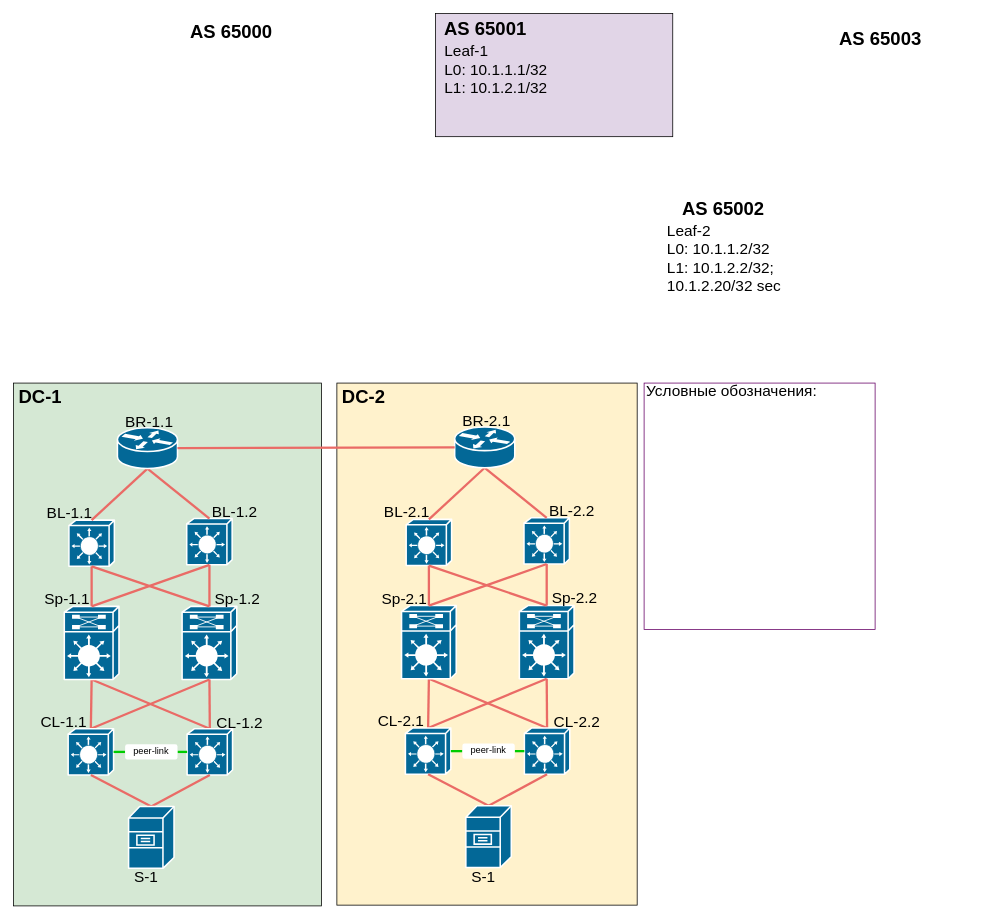
Tema-sudo/OTUS_DC_network_design keeps this draw.io diagram as Graduate_project/GP_common_topo.drawio. Above is the earlier version. Source tidied: cells renumbered, new cells numbered last; positions are measured from the earlier drawing's top-left corner, leaving out a move shared by most shapes. Both pictures are drawn from the tidied source at 77%, with x=0, y=0 at pixel (13, 13).
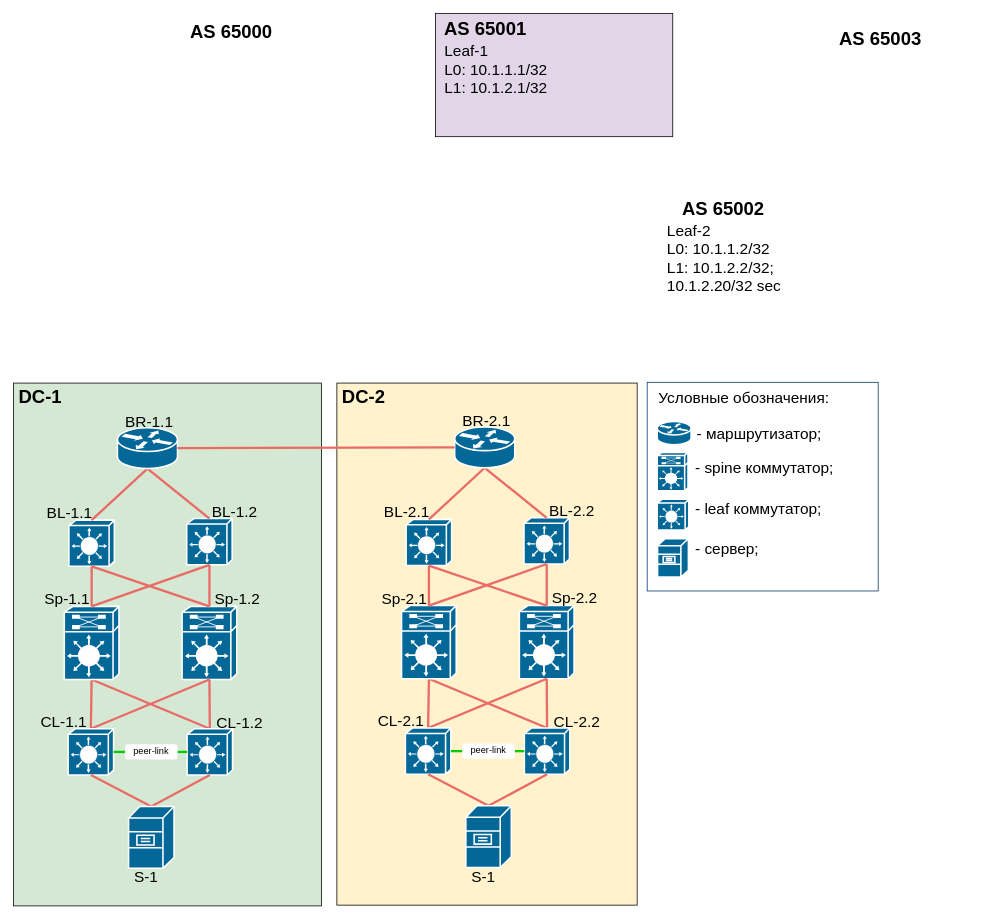
The same diagram, later.

Change to the diagram source:
```diff
@@
-    <mxCell id="22" style="rounded=0;whiteSpace=wrap;html=1;strokeColor=#660066;strokeWidth=1;" parent="1" vertex="1">
-      <mxGeometry x="819" y="480" width="300" height="320" as="geometry" />
+    <mxCell id="22" style="rounded=0;whiteSpace=wrap;html=1;strokeColor=#003366;strokeWidth=1;" parent="1" vertex="1">
+      <mxGeometry x="823" y="479" width="300" height="271" as="geometry" />
     </mxCell>
@@
     <mxCell id="77" value="Условные обозначения:&amp;nbsp;&lt;br&gt;&amp;nbsp; &amp;nbsp; &amp;nbsp; &amp;nbsp;&amp;nbsp;" style="text;html=1;strokeColor=none;fillColor=none;align=left;verticalAlign=middle;whiteSpace=wrap;rounded=0;fontSize=20;fontFamily=Helvetica;horizontal=1;" parent="1" vertex="1">
-      <mxGeometry x="820" y="409" width="290" height="184" as="geometry" />
+      <mxGeometry x="836" y="480" width="250" height="60" as="geometry" />
     </mxCell>
+    <mxCell id="78" style="shape=mxgraph.cisco.routers.router;sketch=0;html=1;dashed=0;fillColor=#036897;strokeColor=#ffffff;strokeWidth=2;verticalLabelPosition=bottom;verticalAlign=top;align=center;" parent="1" vertex="1">
+      <mxGeometry x="836" y="530" width="44" height="30" as="geometry" />
+    </mxCell>
+    <mxCell id="79" style="shape=mxgraph.cisco.switches.layer_3_switch;sketch=0;html=1;dashed=0;fillColor=#036897;strokeColor=#ffffff;strokeWidth=2;verticalLabelPosition=bottom;verticalAlign=top;align=center;hachureGap=4;jiggle=2;curveFitting=1;fontFamily=Architects Daughter;fontSize=20;" parent="1" vertex="1">
+      <mxGeometry x="836" y="631" width="41" height="40" as="geometry" />
+    </mxCell>
+    <mxCell id="80" style="shape=mxgraph.cisco.misc.route_switch_processor;html=1;dashed=0;fillColor=#036897;strokeColor=#ffffff;strokeWidth=2;verticalLabelPosition=bottom;verticalAlign=top;rounded=0;shadow=0;comic=0;fontFamily=Verdana;fontSize=12;" parent="1" vertex="1">
+      <mxGeometry x="836" y="570" width="40" height="50" as="geometry" />
+    </mxCell>
+    <mxCell id="81" value="&amp;nbsp;- маршрутизатор;&amp;nbsp;&lt;br&gt;&amp;nbsp; &amp;nbsp; &amp;nbsp; &amp;nbsp;&amp;nbsp;" style="text;html=1;strokeColor=none;fillColor=none;align=left;verticalAlign=middle;whiteSpace=wrap;rounded=0;fontSize=20;fontFamily=Helvetica;horizontal=1;" parent="1" vertex="1">
+      <mxGeometry x="880" y="537.2" width="190" height="40" as="geometry" />
+    </mxCell>
+    <mxCell id="82" value="&amp;nbsp;- leaf коммутатор;&amp;nbsp;&lt;br&gt;&amp;nbsp; &amp;nbsp; &amp;nbsp; &amp;nbsp;&amp;nbsp;" style="text;html=1;strokeColor=none;fillColor=none;align=left;verticalAlign=middle;whiteSpace=wrap;rounded=0;fontSize=20;fontFamily=Helvetica;horizontal=1;" parent="1" vertex="1">
+      <mxGeometry x="878" y="634.2" width="190" height="40" as="geometry" />
+    </mxCell>
+    <mxCell id="83" value="&amp;nbsp;- spine коммутатор;&amp;nbsp;&lt;br&gt;&amp;nbsp; &amp;nbsp; &amp;nbsp; &amp;nbsp;&amp;nbsp;" style="text;html=1;strokeColor=none;fillColor=none;align=left;verticalAlign=middle;whiteSpace=wrap;rounded=0;fontSize=20;fontFamily=Helvetica;horizontal=1;" parent="1" vertex="1">
+      <mxGeometry x="878" y="581" width="206" height="40" as="geometry" />
+    </mxCell>
+    <mxCell id="84" style="shape=mxgraph.cisco.servers.file_server;sketch=0;html=1;dashed=0;fillColor=#036897;strokeColor=#ffffff;strokeWidth=2;verticalLabelPosition=bottom;verticalAlign=top;align=center;" parent="1" vertex="1">
+      <mxGeometry x="836.5" y="682" width="40" height="50" as="geometry" />
+    </mxCell>
+    <mxCell id="85" value="&amp;nbsp;- сервер;&amp;nbsp;&lt;br&gt;&amp;nbsp; &amp;nbsp; &amp;nbsp; &amp;nbsp;&amp;nbsp;" style="text;html=1;strokeColor=none;fillColor=none;align=left;verticalAlign=middle;whiteSpace=wrap;rounded=0;fontSize=20;fontFamily=Helvetica;horizontal=1;" parent="1" vertex="1">
+      <mxGeometry x="878" y="689" width="190" height="33" as="geometry" />
+    </mxCell>
```
